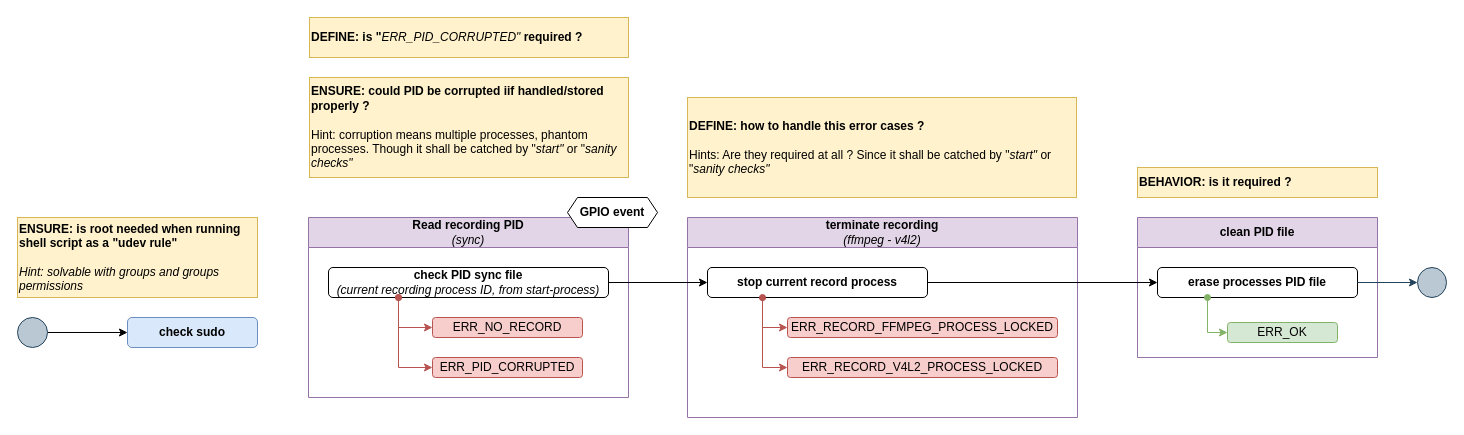
Earlier version of the draw.io diagram page "stop-record" (7 of 12) of docs/arch/arch.drawio (repeact/embedded-sw). Source tidied: cells renumbered, new cells numbered last; positions are measured from the earlier drawing's top-left corner, leaving out a move shared by most shapes. Both pictures are drawn from the tidied source at 100%, with x=0, y=0 at pixel (17, 17).
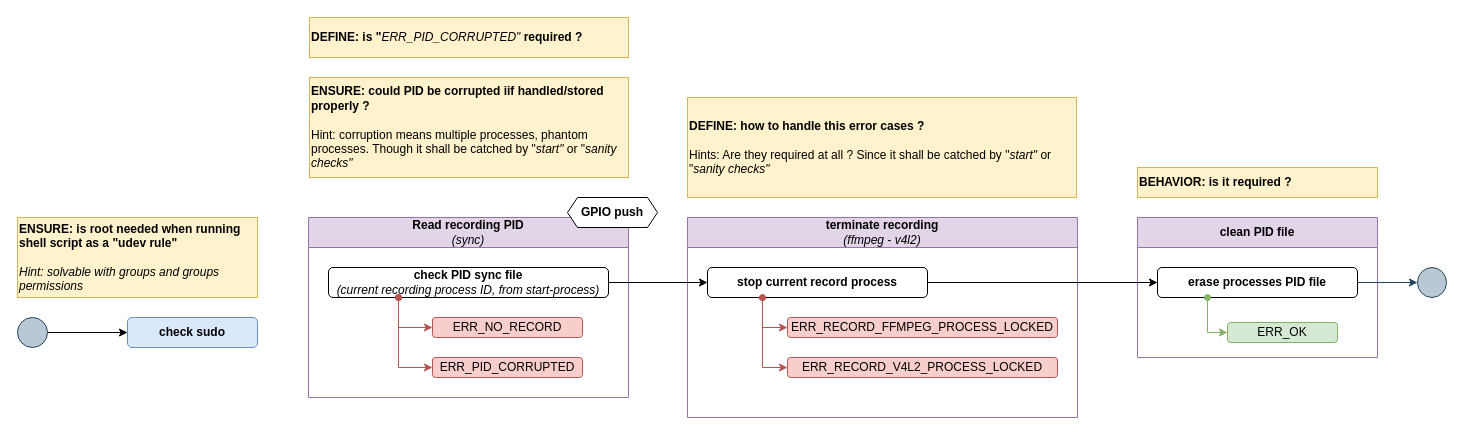
After the change.

Commit message:
docs(design): add stop script design

Diff of the diagram source:
```diff
@@
-    <mxCell id="30" value="&lt;b&gt;GPIO event&lt;/b&gt;" style="shape=hexagon;perimeter=hexagonPerimeter2;whiteSpace=wrap;html=1;fixedSize=1;size=10;strokeWidth=1;fontSize=12;" parent="1" vertex="1">
+    <mxCell id="30" value="&lt;b&gt;GPIO push&lt;/b&gt;" style="shape=hexagon;perimeter=hexagonPerimeter2;whiteSpace=wrap;html=1;fixedSize=1;size=10;strokeWidth=1;fontSize=12;" parent="1" vertex="1">
       <mxGeometry x="550" y="180" width="90" height="30" as="geometry" />
     </mxCell>
```
